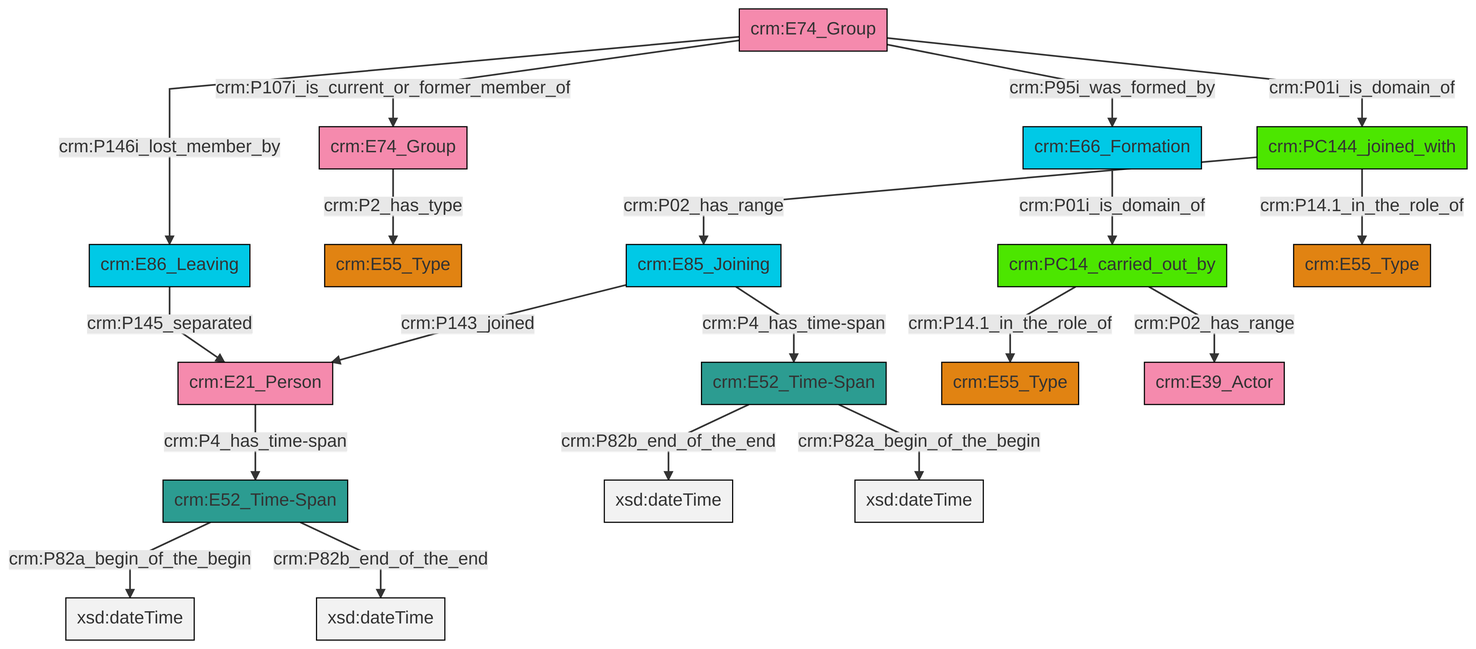
swiss-art-research-net/reference-data-models keeps this Mermaid diagram as et/groupCSV/ttl/mmd/png/group_actor_relations.png. Above is the earlier version. Its source is kept beside it as et/groupCSV/ttl/mmd/group_actor_relations.ttl.mmd.
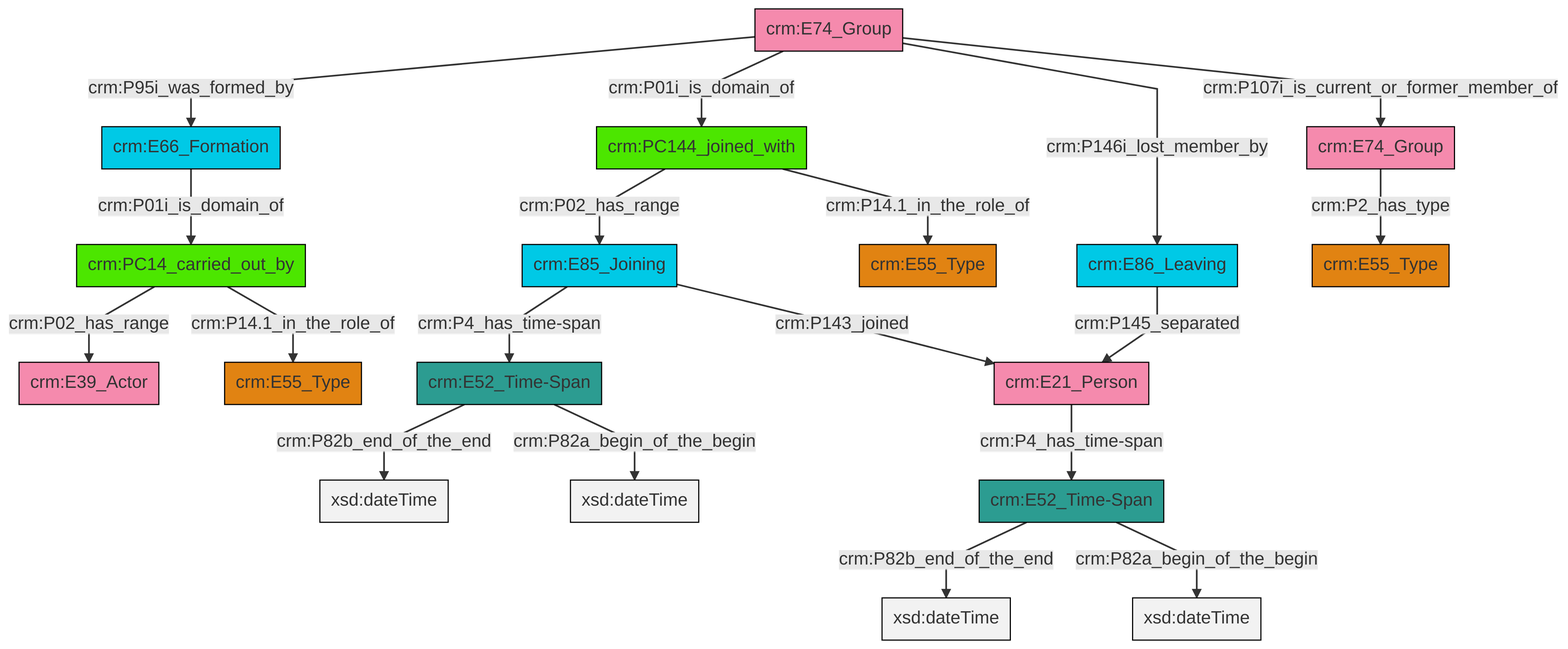
After the change.

The edit, as a diff of the source:
```diff
@@ -13,21 +13,21 @@
 classDef PC_Classes fill:#4ce600, stroke:#000000;
 classDef Multi fill:#cccccc,stroke:#000000;
 
-0["crm:E52_Time-Span"]:::Time-Span -->|crm:P82a_begin_of_the_begin| 1[xsd:dateTime]:::Literal
-2["crm:E21_Person"]:::Actor -->|crm:P4_has_time-span| 0["crm:E52_Time-Span"]:::Time-Span
-3["crm:E52_Time-Span"]:::Time-Span -->|crm:P82b_end_of_the_end| 4[xsd:dateTime]:::Literal
-7["crm:E74_Group"]:::Actor -->|crm:P2_has_type| 8["crm:E55_Type"]:::Type
-9["crm:E85_Joining"]:::Temporal_Entity -->|crm:P4_has_time-span| 3["crm:E52_Time-Span"]:::Time-Span
-10["crm:PC14_carried_out_by"]:::PC_Classes -->|crm:P14.1_in_the_role_of| 11["crm:E55_Type"]:::Type
-12["crm:E74_Group"]:::Actor -->|crm:P01i_is_domain_of| 13["crm:PC144_joined_with"]:::PC_Classes
-0["crm:E52_Time-Span"]:::Time-Span -->|crm:P82b_end_of_the_end| 15[xsd:dateTime]:::Literal
-13["crm:PC144_joined_with"]:::PC_Classes -->|crm:P14.1_in_the_role_of| 17["crm:E55_Type"]:::Type
-9["crm:E85_Joining"]:::Temporal_Entity -->|crm:P143_joined| 2["crm:E21_Person"]:::Actor
-20["crm:E66_Formation"]:::Temporal_Entity -->|crm:P01i_is_domain_of| 10["crm:PC14_carried_out_by"]:::PC_Classes
-5["crm:E86_Leaving"]:::Temporal_Entity -->|crm:P145_separated| 2["crm:E21_Person"]:::Actor
-13["crm:PC144_joined_with"]:::PC_Classes -->|crm:P02_has_range| 9["crm:E85_Joining"]:::Temporal_Entity
-10["crm:PC14_carried_out_by"]:::PC_Classes -->|crm:P02_has_range| 23["crm:E39_Actor"]:::Actor
-3["crm:E52_Time-Span"]:::Time-Span -->|crm:P82a_begin_of_the_begin| 26[xsd:dateTime]:::Literal
-12["crm:E74_Group"]:::Actor -->|crm:P95i_was_formed_by| 20["crm:E66_Formation"]:::Temporal_Entity
-12["crm:E74_Group"]:::Actor -->|crm:P107i_is_current_or_former_member_of| 7["crm:E74_Group"]:::Actor
-12["crm:E74_Group"]:::Actor -->|crm:P146i_lost_member_by| 5["crm:E86_Leaving"]:::Temporal_Entity
+0["crm:E52_Time-Span"]:::Time-Span -->|crm:P82b_end_of_the_end| 1[xsd:dateTime]:::Literal
+2["crm:E74_Group"]:::Actor -->|crm:P2_has_type| 3["crm:E55_Type"]:::Type
+4["crm:E74_Group"]:::Actor -->|crm:P95i_was_formed_by| 5["crm:E66_Formation"]:::Temporal_Entity
+4["crm:E74_Group"]:::Actor -->|crm:P01i_is_domain_of| 7["crm:PC144_joined_with"]:::PC_Classes
+11["crm:E85_Joining"]:::Temporal_Entity -->|crm:P4_has_time-span| 12["crm:E52_Time-Span"]:::Time-Span
+7["crm:PC144_joined_with"]:::PC_Classes -->|crm:P02_has_range| 11["crm:E85_Joining"]:::Temporal_Entity
+0["crm:E52_Time-Span"]:::Time-Span -->|crm:P82a_begin_of_the_begin| 16[xsd:dateTime]:::Literal
+5["crm:E66_Formation"]:::Temporal_Entity -->|crm:P01i_is_domain_of| 13["crm:PC14_carried_out_by"]:::PC_Classes
+4["crm:E74_Group"]:::Actor -->|crm:P146i_lost_member_by| 21["crm:E86_Leaving"]:::Temporal_Entity
+13["crm:PC14_carried_out_by"]:::PC_Classes -->|crm:P02_has_range| 17["crm:E39_Actor"]:::Actor
+21["crm:E86_Leaving"]:::Temporal_Entity -->|crm:P145_separated| 27["crm:E21_Person"]:::Actor
+12["crm:E52_Time-Span"]:::Time-Span -->|crm:P82b_end_of_the_end| 28[xsd:dateTime]:::Literal
+13["crm:PC14_carried_out_by"]:::PC_Classes -->|crm:P14.1_in_the_role_of| 8["crm:E55_Type"]:::Type
+11["crm:E85_Joining"]:::Temporal_Entity -->|crm:P143_joined| 27["crm:E21_Person"]:::Actor
+12["crm:E52_Time-Span"]:::Time-Span -->|crm:P82a_begin_of_the_begin| 31[xsd:dateTime]:::Literal
+27["crm:E21_Person"]:::Actor -->|crm:P4_has_time-span| 0["crm:E52_Time-Span"]:::Time-Span
+7["crm:PC144_joined_with"]:::PC_Classes -->|crm:P14.1_in_the_role_of| 23["crm:E55_Type"]:::Type
+4["crm:E74_Group"]:::Actor -->|crm:P107i_is_current_or_former_member_of| 2["crm:E74_Group"]:::Actor
```
